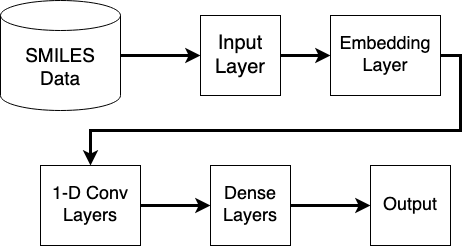
The draw.io diagram figures/1DConvArch.png in manuelr417/ieee-sc21-gretchen, before a commit. Source tidied: cells renumbered, new cells last; positions are measured from the earlier drawing's top-left corner, leaving out a move shared by most shapes. The source it was exported from:
```xml
<mxGraphModel>
  <root>
    <mxCell id="0" />
    <mxCell id="1" parent="0" />
    <mxCell id="2" style="edgeStyle=orthogonalEdgeStyle;rounded=0;jettySize=auto;html=1;exitX=1;exitY=0.5;exitDx=0;exitDy=0;exitPerimeter=0;entryX=0;entryY=0.5;entryDx=0;entryDy=0;fontSize=18;strokeWidth=3;" parent="1" edge="1" source="3" target="5">
      <mxGeometry relative="1" as="geometry" />
    </mxCell>
    <mxCell id="3" value="&lt;div style=&quot;font-size: 19px&quot;&gt;&lt;font style=&quot;font-size: 19px&quot;&gt;SMILES &lt;br&gt;&lt;/font&gt;&lt;/div&gt;&lt;div style=&quot;font-size: 19px&quot;&gt;&lt;font style=&quot;font-size: 19px&quot;&gt;Data&lt;/font&gt;&lt;br&gt;&lt;/div&gt;" style="shape=cylinder3;whiteSpace=wrap;html=1;boundedLbl=1;backgroundOutline=1;size=15;" parent="1" vertex="1">
      <mxGeometry width="120" height="110" as="geometry" />
    </mxCell>
    <mxCell id="4" style="edgeStyle=orthogonalEdgeStyle;rounded=0;jettySize=auto;html=1;exitX=1;exitY=0.5;exitDx=0;exitDy=0;entryX=0;entryY=0.5;entryDx=0;entryDy=0;fontSize=18;strokeWidth=3;" parent="1" edge="1" source="5" target="7">
      <mxGeometry relative="1" as="geometry" />
    </mxCell>
    <mxCell id="5" value="&lt;div style=&quot;font-size: 20px;&quot;&gt;Input&lt;/div&gt;&lt;div style=&quot;font-size: 20px;&quot;&gt;Layer&lt;br style=&quot;font-size: 20px;&quot;&gt;&lt;/div&gt;" style="whiteSpace=wrap;html=1;fontSize=20;" parent="1" vertex="1">
      <mxGeometry x="200" y="15" width="80" height="80" as="geometry" />
    </mxCell>
    <mxCell id="6" style="edgeStyle=orthogonalEdgeStyle;rounded=0;jettySize=auto;html=1;exitX=1;exitY=0.5;exitDx=0;exitDy=0;fontSize=18;strokeWidth=3;" parent="1" edge="1" source="7" target="9">
      <mxGeometry relative="1" as="geometry" />
    </mxCell>
    <mxCell id="7" value="&lt;div style=&quot;font-size: 18px;&quot;&gt;Embedding&lt;/div&gt;&lt;div style=&quot;font-size: 18px;&quot;&gt;Layer&lt;br style=&quot;font-size: 18px;&quot;&gt;&lt;/div&gt;" style="whiteSpace=wrap;html=1;fontSize=18;" parent="1" vertex="1">
      <mxGeometry x="330" y="15" width="110" height="80" as="geometry" />
    </mxCell>
    <mxCell id="8" style="edgeStyle=orthogonalEdgeStyle;rounded=0;jettySize=auto;html=1;exitX=1;exitY=0.5;exitDx=0;exitDy=0;fontSize=18;strokeWidth=3;" parent="1" edge="1" source="9" target="11">
      <mxGeometry relative="1" as="geometry" />
    </mxCell>
    <mxCell id="9" value="&lt;div style=&quot;font-size: 18px&quot;&gt;1-D Conv&lt;/div&gt;&lt;div style=&quot;font-size: 18px&quot;&gt;Layers&lt;br&gt;&lt;/div&gt;" style="whiteSpace=wrap;html=1;" parent="1" vertex="1">
      <mxGeometry x="40" y="165" width="100" height="80" as="geometry" />
    </mxCell>
    <mxCell id="10" style="edgeStyle=orthogonalEdgeStyle;rounded=0;jettySize=auto;html=1;exitX=1;exitY=0.5;exitDx=0;exitDy=0;entryX=0;entryY=0.5;entryDx=0;entryDy=0;fontSize=18;strokeWidth=3;" parent="1" edge="1" source="11" target="12">
      <mxGeometry relative="1" as="geometry" />
    </mxCell>
    <mxCell id="11" value="&lt;div style=&quot;font-size: 18px;&quot;&gt;Dense&lt;/div&gt;&lt;div style=&quot;font-size: 18px;&quot;&gt;Layers&lt;br style=&quot;font-size: 18px;&quot;&gt;&lt;/div&gt;" style="whiteSpace=wrap;html=1;fontSize=18;" parent="1" vertex="1">
      <mxGeometry x="210" y="165" width="80" height="80" as="geometry" />
    </mxCell>
    <mxCell id="12" value="Output" style="whiteSpace=wrap;html=1;fontSize=18;" parent="1" vertex="1">
      <mxGeometry x="370" y="165" width="80" height="80" as="geometry" />
    </mxCell>
  </root>
</mxGraphModel>
```
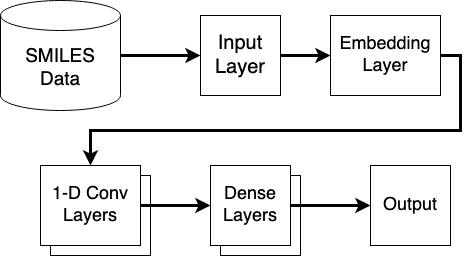
The same file after the commit.

The edit, as a diff of the source:
```diff
@@ -2,6 +2,12 @@
   <root>
     <mxCell id="0" />
     <mxCell id="1" parent="0" />
+    <mxCell id="13" value="&lt;div style=&quot;font-size: 18px;&quot;&gt;Dense&lt;/div&gt;&lt;div style=&quot;font-size: 18px;&quot;&gt;Layers&lt;br style=&quot;font-size: 18px;&quot;&gt;&lt;/div&gt;" style="whiteSpace=wrap;html=1;fontSize=18;" parent="1" vertex="1">
+      <mxGeometry x="220" y="175" width="80" height="80" as="geometry" />
+    </mxCell>
+    <mxCell id="14" value="&lt;div style=&quot;font-size: 18px&quot;&gt;1-D Conv&lt;/div&gt;&lt;div style=&quot;font-size: 18px&quot;&gt;Layers&lt;br&gt;&lt;/div&gt;" style="whiteSpace=wrap;html=1;" parent="1" vertex="1">
+      <mxGeometry x="50" y="175" width="100" height="80" as="geometry" />
+    </mxCell>
     <mxCell id="2" style="edgeStyle=orthogonalEdgeStyle;rounded=0;jettySize=auto;html=1;exitX=1;exitY=0.5;exitDx=0;exitDy=0;exitPerimeter=0;entryX=0;entryY=0.5;entryDx=0;entryDy=0;fontSize=18;strokeWidth=3;" parent="1" edge="1" source="3" target="5">
       <mxGeometry relative="1" as="geometry" />
     </mxCell>
```
